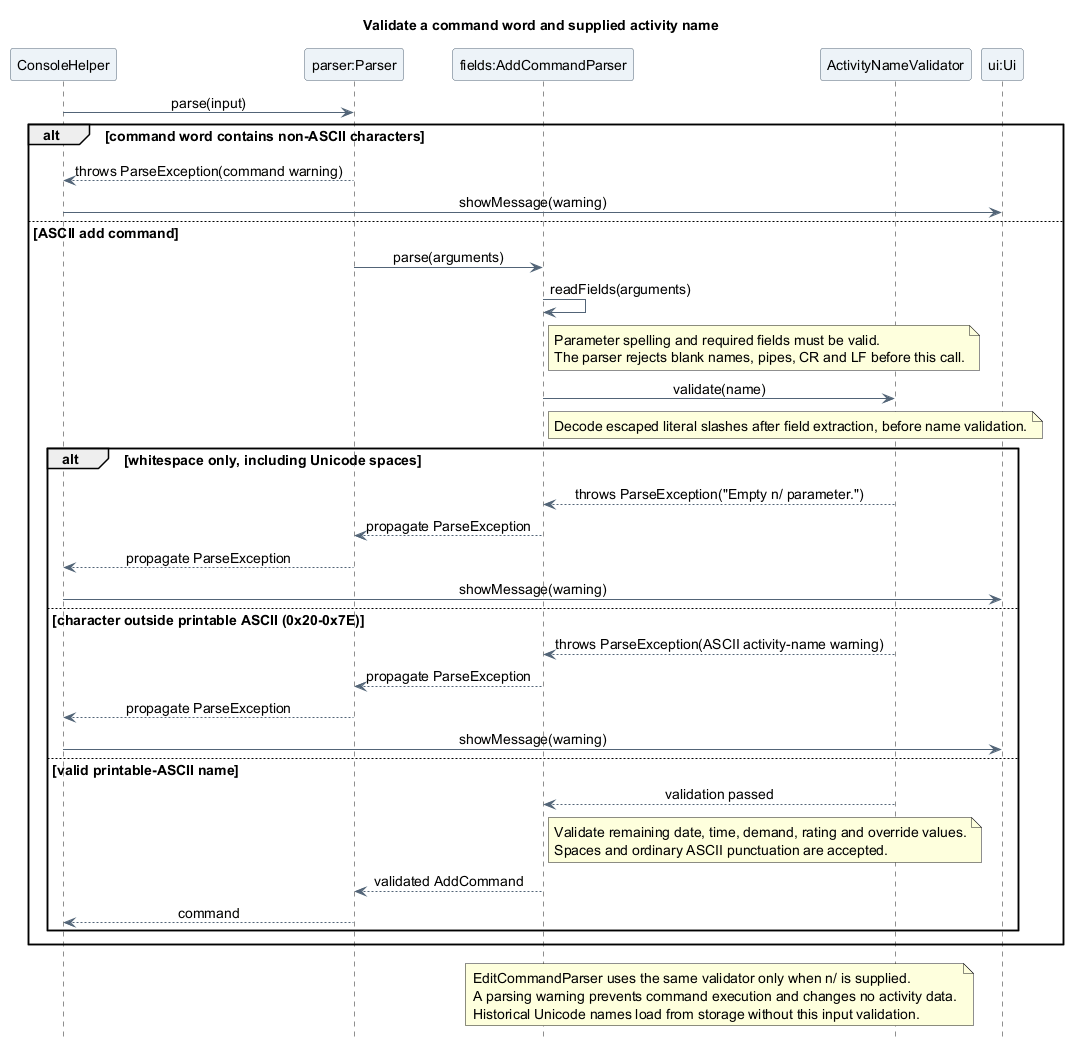
Above: docs/images/atharva/sequence/ActivityNameValidationSequence.png in AY2627S1-CS2113-T10-4/tp (PlantUML), before the change.
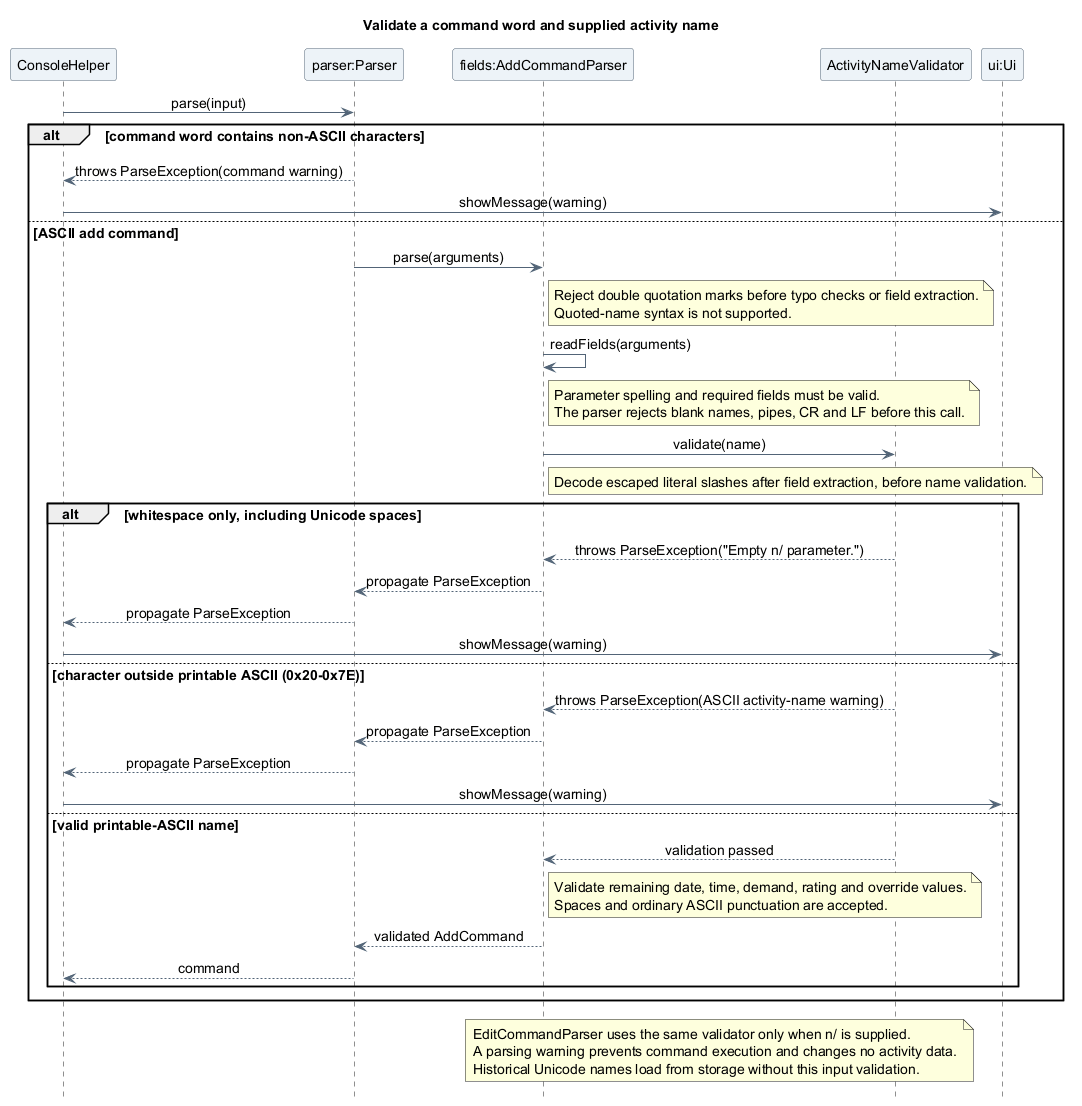
Above is the later version.

The edit, as a diff of the source:
```diff
@@ -22,6 +22,10 @@
   Console -> UI : showMessage(warning)
 else ASCII add command
   Parser -> Fields : parse(arguments)
+  note right of Fields
+    Reject double quotation marks before typo checks or field extraction.
+    Quoted-name syntax is not supported.
+  end note
   Fields -> Fields : readFields(arguments)
   note right of Fields
     Parameter spelling and required fields must be valid.
```
